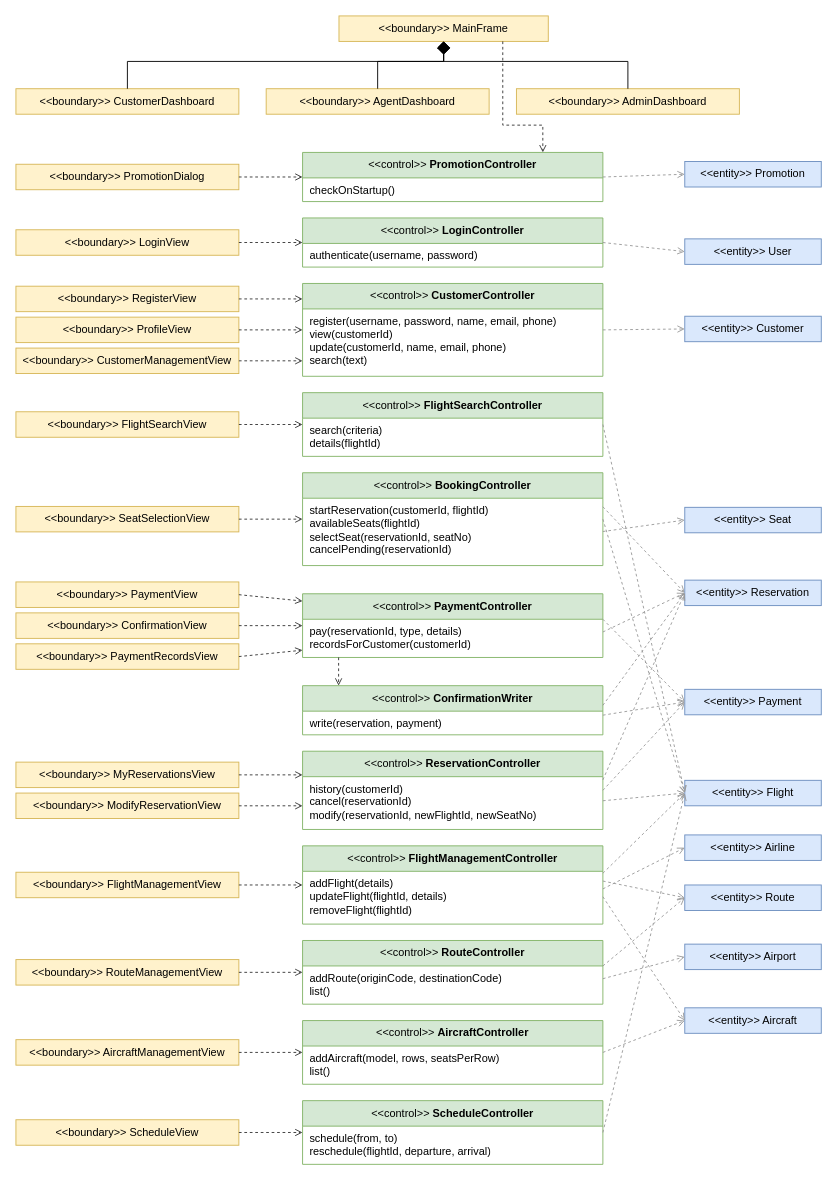
Above: docs/diagrams/src/11-class-control-boundary.drawio in satyambhanot/ChinookAir (draw.io), before the change. Source tidied: cells renumbered, new cells numbered last; positions are measured from the earlier drawing's top-left corner, leaving out a move shared by most shapes. Both pictures are drawn from the tidied source at 91%, with x=0, y=0 at pixel (15, 15).
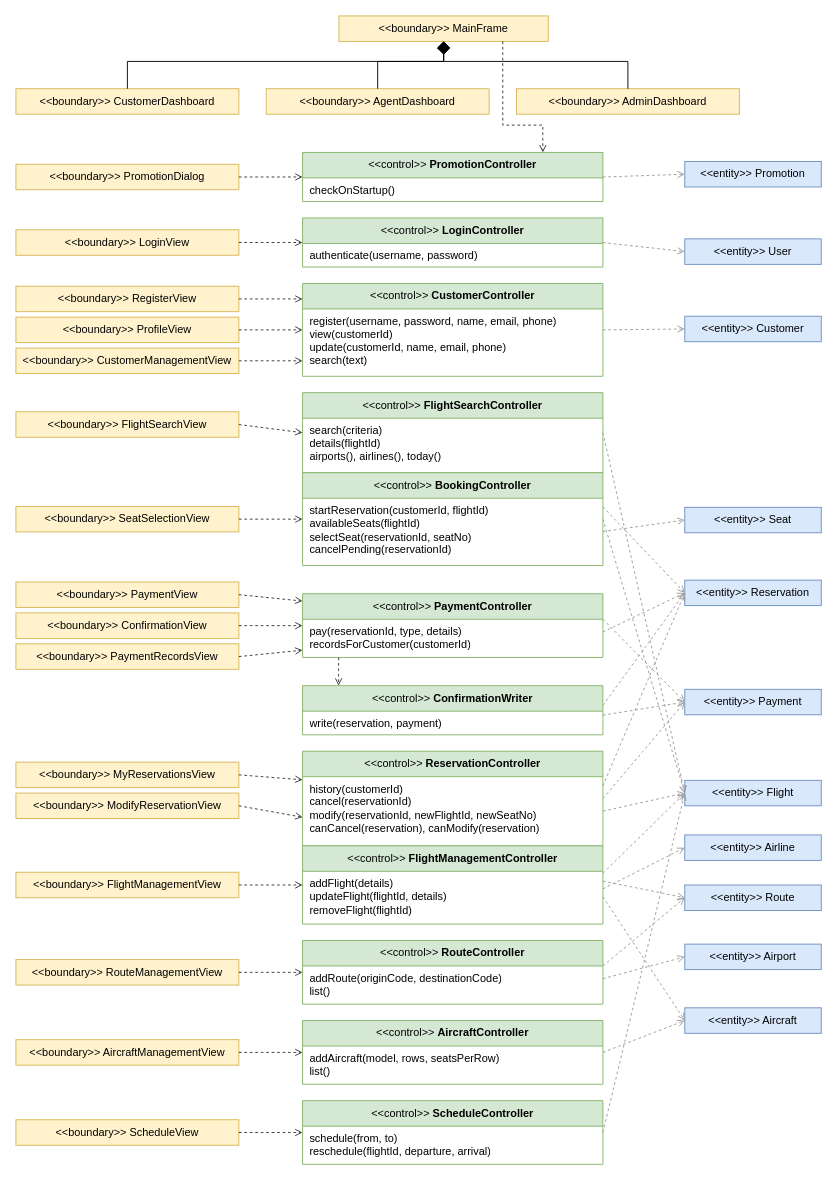
Above is the later version.

Commit message (it also covers changes not shown here):
Draw the classes and operations that were added while coding in the class diagrams

Change to the diagram source:
```diff
@@
     <mxCell id="13" value="&amp;lt;&amp;lt;control&amp;gt;&amp;gt; &lt;b&gt;FlightSearchController&lt;/b&gt;" style="swimlane;fontStyle=0;align=center;verticalAlign=middle;horizontal=1;startSize=28;whiteSpace=wrap;html=1;fontFamily=Helvetica;fontSize=12;fillColor=#d5e8d4;strokeColor=#82b366;" parent="1" vertex="1">
-      <mxGeometry x="315" y="414" width="330" height="70" as="geometry" />
+      <mxGeometry x="315" y="414" width="330" height="88" as="geometry" />
     </mxCell>
-    <mxCell id="14" value="search(criteria)&lt;br&gt;details(flightId)" style="text;strokeColor=none;fillColor=none;align=left;verticalAlign=top;spacingLeft=6;spacingRight=4;overflow=hidden;whiteSpace=wrap;html=1;fontFamily=Helvetica;fontSize=12;" parent="13" vertex="1">
-      <mxGeometry y="28" width="330" height="42" as="geometry" />
+    <mxCell id="14" value="search(criteria)&lt;br&gt;details(flightId)&lt;br&gt;airports(), airlines(), today()" style="text;strokeColor=none;fillColor=none;align=left;verticalAlign=top;spacingLeft=6;spacingRight=4;overflow=hidden;whiteSpace=wrap;html=1;fontFamily=Helvetica;fontSize=12;" parent="13" vertex="1">
+      <mxGeometry y="28" width="330" height="60" as="geometry" />
     </mxCell>
@@
     <mxCell id="26" value="&amp;lt;&amp;lt;control&amp;gt;&amp;gt; &lt;b&gt;ReservationController&lt;/b&gt;" style="swimlane;fontStyle=0;align=center;verticalAlign=middle;horizontal=1;startSize=28;whiteSpace=wrap;html=1;fontFamily=Helvetica;fontSize=12;fillColor=#d5e8d4;strokeColor=#82b366;" parent="1" vertex="1">
-      <mxGeometry x="315" y="808" width="330" height="86" as="geometry" />
+      <mxGeometry x="315" y="808" width="330" height="104" as="geometry" />
     </mxCell>
-    <mxCell id="27" value="history(customerId)&lt;br&gt;cancel(reservationId)&lt;br&gt;modify(reservationId, newFlightId, newSeatNo)" style="text;strokeColor=none;fillColor=none;align=left;verticalAlign=top;spacingLeft=6;spacingRight=4;overflow=hidden;whiteSpace=wrap;html=1;fontFamily=Helvetica;fontSize=12;" parent="26" vertex="1">
-      <mxGeometry y="28" width="330" height="58" as="geometry" />
+    <mxCell id="27" value="history(customerId)&lt;br&gt;cancel(reservationId)&lt;br&gt;modify(reservationId, newFlightId, newSeatNo)&lt;br&gt;canCancel(reservation), canModify(reservation)" style="text;strokeColor=none;fillColor=none;align=left;verticalAlign=top;spacingLeft=6;spacingRight=4;overflow=hidden;whiteSpace=wrap;html=1;fontFamily=Helvetica;fontSize=12;" parent="26" vertex="1">
+      <mxGeometry y="28" width="330" height="76" as="geometry" />
     </mxCell>
```
